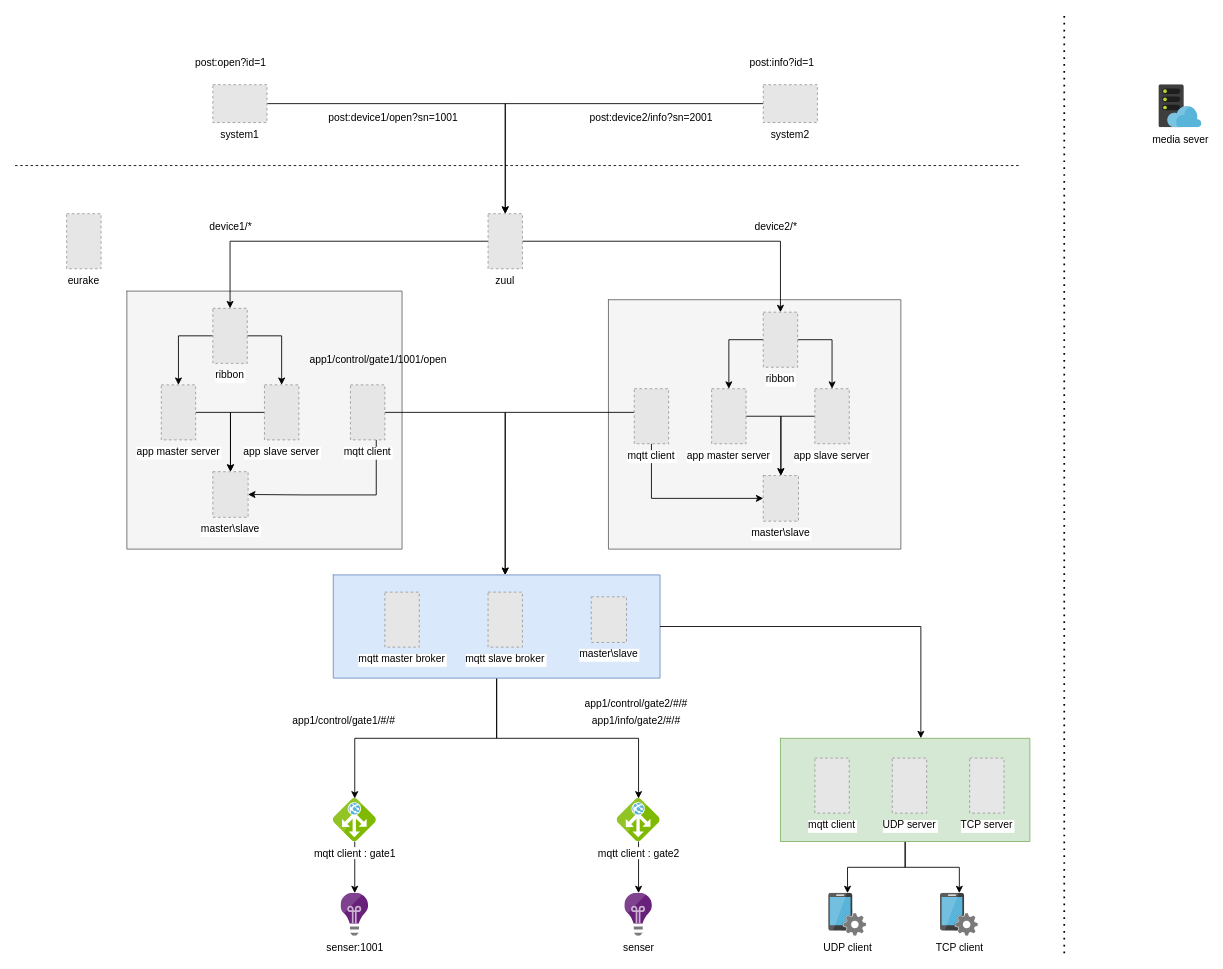
Above: Untitled Diagram.drawio in luiprw/test1 (draw.io), before the change. Source tidied: cells renumbered, new cells numbered last; positions are measured from the earlier drawing's top-left corner, leaving out a move shared by most shapes. Both pictures are drawn from the tidied source at 86%, with x=0, y=0 at pixel (15, 15). Pictures stored in the file or linked from it are replaced by grey dashed boxes.
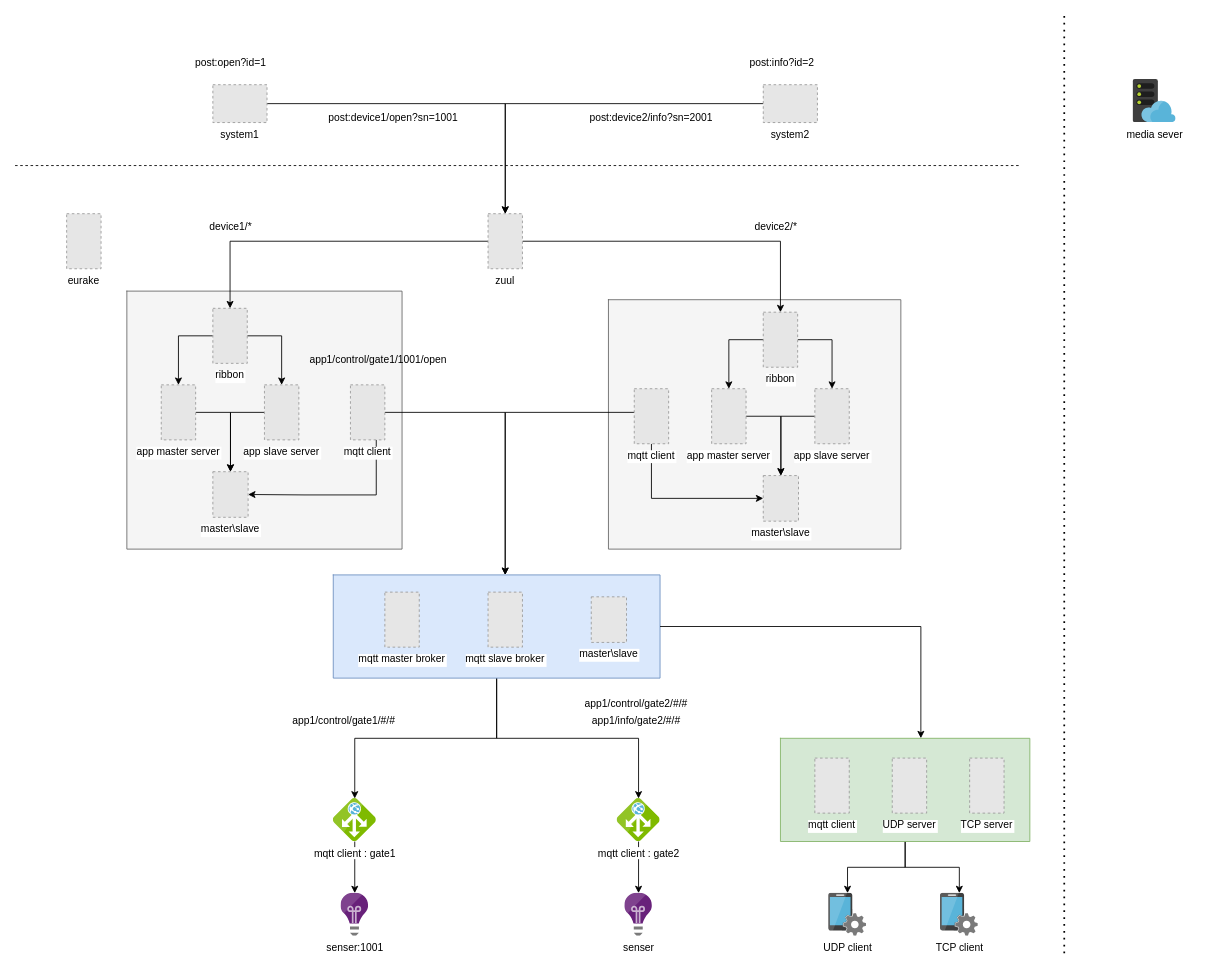
After the change.

What changed in the source:
```diff
@@
     <mxCell id="63" value="media sever" style="html=1;align=center;image;fontSize=12;image=img/lib/mscae/WebHosting.svg;" parent="1" vertex="1">
-      <mxGeometry x="1330" y="80" width="50" height="50" as="geometry" />
+      <mxGeometry x="1300" y="74" width="50" height="50" as="geometry" />
     </mxCell>
@@
-    <mxCell id="71" value="post:info?id=1" style="text;html=1;strokeColor=none;fillColor=none;align=center;verticalAlign=middle;whiteSpace=wrap;rounded=0;" parent="1" vertex="1">
+    <mxCell id="71" value="post:info?id=2" style="text;html=1;strokeColor=none;fillColor=none;align=center;verticalAlign=middle;whiteSpace=wrap;rounded=0;" parent="1" vertex="1">
       <mxGeometry x="777" y="50" width="230" height="10" as="geometry" />
     </mxCell>
```
